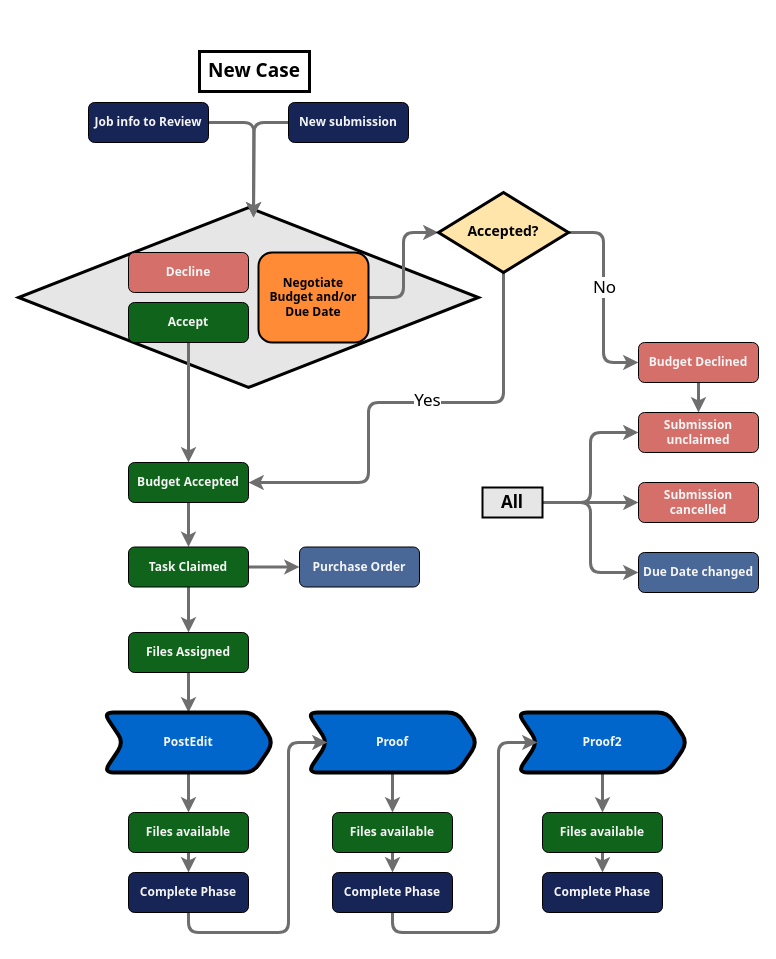
The draw.io diagram page "PD Batch1" (1 of 2) of TP-Process.drawio in duodecanol/drawings, before the edit. Source tidied: cells renumbered, new cells numbered last; positions are measured from the earlier drawing's top-left corner, leaving out a move shared by most shapes. Both pictures are drawn from the tidied source at 100%, with x=0, y=0 at pixel (18, 51).
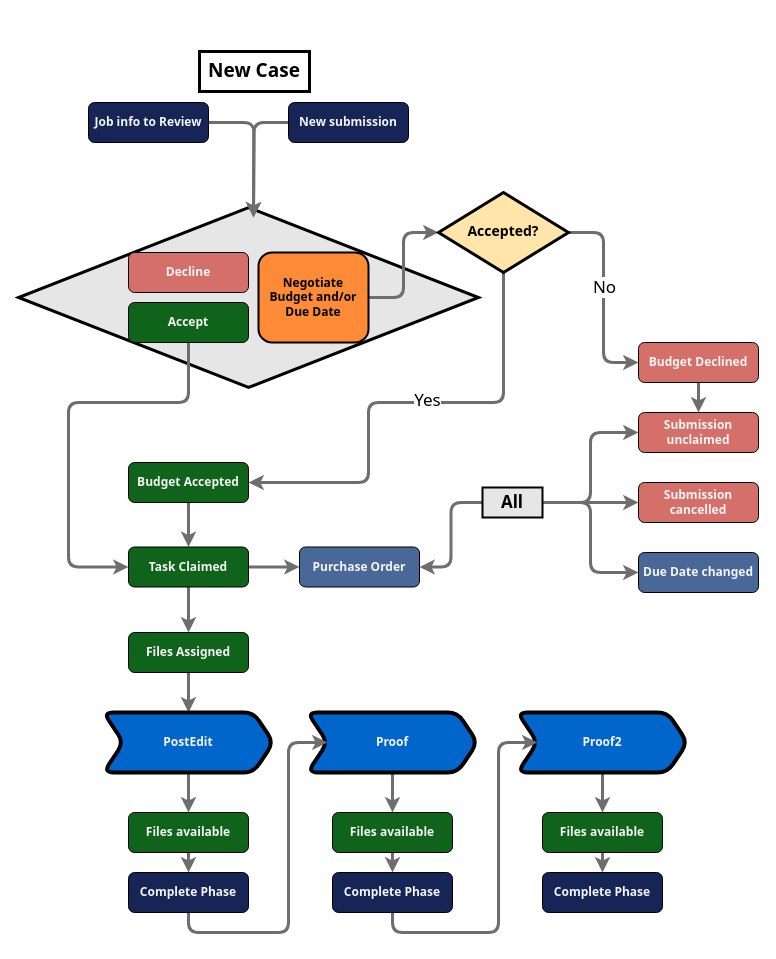
The same diagram, later.

Unchanged cells that the change refers to:
```xml
<mxCell id="10" value="&lt;div&gt;&lt;font color=&quot;#f5f5f5&quot; face=&quot;Tahoma&quot;&gt;&lt;b&gt;Budget Accepted&lt;/b&gt;&lt;/font&gt;&lt;/div&gt;" style="rounded=1;whiteSpace=wrap;html=1;fontSize=12;glass=0;strokeWidth=1;shadow=0;fillColor=#10631A;" parent="1" vertex="1">
  <mxGeometry x="110" y="411" width="120" height="40" as="geometry" />
</mxCell>
<mxCell id="15" value="&lt;div&gt;&lt;font color=&quot;#f5f5f5&quot; face=&quot;Tahoma&quot;&gt;&lt;b&gt;Task Claimed&lt;/b&gt;&lt;/font&gt;&lt;/div&gt;" style="rounded=1;whiteSpace=wrap;html=1;fontSize=12;glass=0;strokeWidth=1;shadow=0;strokeColor=#000000;fillColor=#10631A;" parent="1" vertex="1">
  <mxGeometry x="110" y="495.5" width="120" height="40" as="geometry" />
</mxCell>
<mxCell id="19" value="&lt;font color=&quot;#f5f5f5&quot; face=&quot;Tahoma&quot;&gt;&lt;b&gt;Purchase Order&lt;/b&gt;&lt;/font&gt;" style="rounded=1;whiteSpace=wrap;html=1;fontSize=12;glass=0;strokeWidth=1;shadow=0;strokeColor=#000000;fillColor=#496797;" parent="1" vertex="1">
  <mxGeometry x="281" y="495.5" width="120" height="40" as="geometry" />
</mxCell>
<mxCell id="25" value="&lt;div&gt;&lt;font color=&quot;#f5f5f5&quot; face=&quot;Tahoma&quot;&gt;&lt;b&gt;Accept&lt;/b&gt;&lt;/font&gt;&lt;/div&gt;" style="rounded=1;whiteSpace=wrap;html=1;fontSize=12;glass=0;strokeWidth=1;shadow=0;strokeColor=#000000;fillColor=#10631A;" parent="1" vertex="1">
  <mxGeometry x="110" y="251" width="120" height="40" as="geometry" />
</mxCell>
<mxCell id="51" value="&lt;b&gt;All&lt;/b&gt;" style="rounded=0;whiteSpace=wrap;html=1;shadow=0;glass=0;fontFamily=Tahoma;fontSize=17;strokeWidth=2;fillColor=#E6E6E6;" parent="1" vertex="1">
  <mxGeometry x="464" y="436" width="60" height="30" as="geometry" />
</mxCell>
```

Change to the diagram source:
```diff
@@
-    <mxCell id="24" style="edgeStyle=orthogonalEdgeStyle;curved=0;sketch=0;jettySize=auto;html=1;exitX=0.5;exitY=1;exitDx=0;exitDy=0;fontFamily=Tahoma;fontSize=17;fontColor=#000000;strokeColor=#6E6E6E;strokeWidth=3;" parent="1" edge="1" source="25" target="10">
-      <mxGeometry relative="1" as="geometry" />
-    </mxCell>
+    <mxCell id="52" style="edgeStyle=orthogonalEdgeStyle;curved=0;sketch=0;jettySize=auto;html=1;exitX=0.5;exitY=1;exitDx=0;exitDy=0;entryX=0;entryY=0.5;entryDx=0;entryDy=0;fontFamily=Tahoma;fontSize=17;fontColor=#000000;strokeColor=#6E6E6E;strokeWidth=3;" parent="1" edge="1" source="25" target="15">
+      <mxGeometry relative="1" as="geometry">
+        <Array as="points">
+          <mxPoint x="170" y="351" />
+          <mxPoint x="50" y="351" />
+          <mxPoint x="50" y="515" />
+        </Array>
+      </mxGeometry>
+    </mxCell>
@@
+    <mxCell id="53" style="edgeStyle=orthogonalEdgeStyle;curved=0;sketch=0;jettySize=auto;html=1;entryX=1;entryY=0.5;entryDx=0;entryDy=0;fontFamily=Tahoma;fontSize=17;fontColor=#000000;strokeColor=#6E6E6E;strokeWidth=3;" parent="1" edge="1" source="51" target="19">
+      <mxGeometry relative="1" as="geometry" />
+    </mxCell>
```
